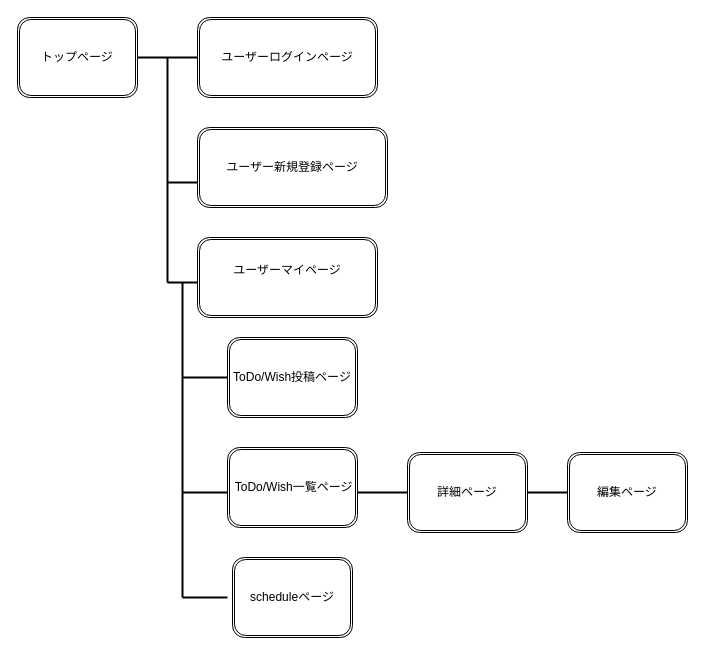
aasamelon/todo-note keeps this draw.io diagram as to-do.dio. Above is the earlier version. Source tidied: cells renumbered, new cells numbered last; positions are measured from the earlier drawing's top-left corner, leaving out a move shared by most shapes. Both pictures are drawn from the tidied source at 100%, with x=0, y=0 at pixel (17, 17).
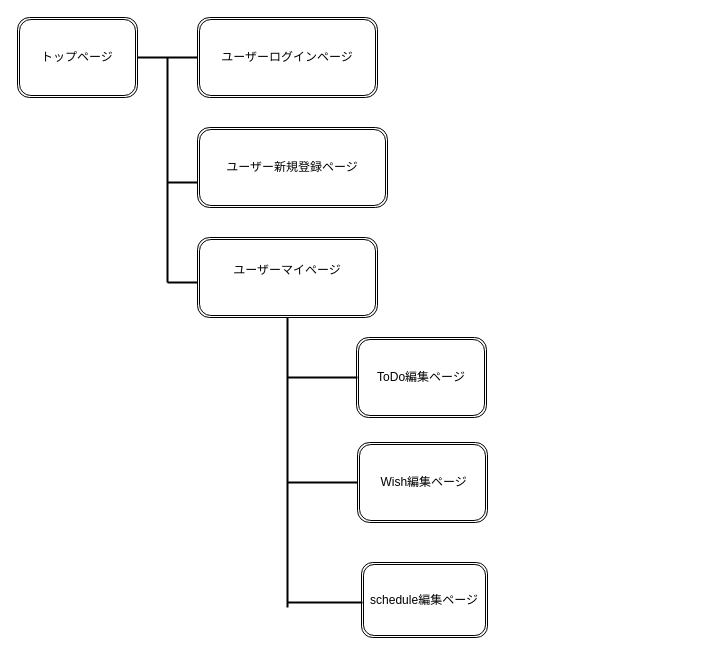
After the change.

What changed in the source:
```diff
@@
-    <mxCell id="6" value="ToDo/Wish投稿ページ" style="shape=ext;double=1;rounded=1;whiteSpace=wrap;html=1;" parent="1" vertex="1">
-      <mxGeometry x="210" y="320" width="130" height="80" as="geometry" />
+    <mxCell id="6" value="ToDo編集ページ" style="shape=ext;double=1;rounded=1;whiteSpace=wrap;html=1;" parent="1" vertex="1">
+      <mxGeometry x="339" y="320" width="130" height="80" as="geometry" />
     </mxCell>
-    <mxCell id="7" value="&amp;nbsp;ToDo/Wish一覧ページ" style="shape=ext;double=1;rounded=1;whiteSpace=wrap;html=1;" parent="1" vertex="1">
-      <mxGeometry x="210" y="430" width="130" height="80" as="geometry" />
+    <mxCell id="7" value="&amp;nbsp;Wish編集ページ" style="shape=ext;double=1;rounded=1;whiteSpace=wrap;html=1;" parent="1" vertex="1">
+      <mxGeometry x="340" y="425" width="130" height="80" as="geometry" />
     </mxCell>
-    <mxCell id="8" value="詳細ページ" style="shape=ext;double=1;rounded=1;whiteSpace=wrap;html=1;" parent="1" vertex="1">
-      <mxGeometry x="390" y="435" width="120" height="80" as="geometry" />
-    </mxCell>
-    <mxCell id="9" value="&lt;div&gt;&lt;font color=&quot;#000000&quot;&gt;編集ページ&lt;/font&gt;&lt;/div&gt;" style="shape=ext;double=1;rounded=1;whiteSpace=wrap;html=1;" parent="1" vertex="1">
-      <mxGeometry x="550" y="435" width="120" height="80" as="geometry" />
-    </mxCell>
-    <mxCell id="10" value="scheduleページ" style="shape=ext;double=1;rounded=1;whiteSpace=wrap;html=1;" parent="1" vertex="1">
-      <mxGeometry x="215" y="540" width="120" height="80" as="geometry" />
+    <mxCell id="10" value="schedule編集ページ" style="shape=ext;double=1;rounded=1;whiteSpace=wrap;html=1;" parent="1" vertex="1">
+      <mxGeometry x="344" y="545" width="126" height="75" as="geometry" />
     </mxCell>
@@
-    <mxCell id="15" style="line;strokeWidth=2;direction=south;html=1;" parent="1" vertex="1">
-      <mxGeometry x="160" y="265" width="10" height="315" as="geometry" />
-    </mxCell>
     <mxCell id="16" style="line;strokeWidth=2;html=1;" parent="1" vertex="1">
-      <mxGeometry x="165" y="347.5" width="45" height="25" as="geometry" />
+      <mxGeometry x="270" y="347.5" width="70" height="25" as="geometry" />
     </mxCell>
     <mxCell id="17" style="line;strokeWidth=2;html=1;" parent="1" vertex="1">
-      <mxGeometry x="165" y="470" width="45" height="10" as="geometry" />
+      <mxGeometry x="270" y="460" width="70" height="10" as="geometry" />
     </mxCell>
@@
     <mxCell id="19" style="line;strokeWidth=2;html=1;" parent="1" vertex="1">
-      <mxGeometry x="165" y="575" width="45" height="10" as="geometry" />
+      <mxGeometry x="270" y="580" width="75" height="10" as="geometry" />
     </mxCell>
-    <mxCell id="20" style="line;strokeWidth=2;html=1;" parent="1" vertex="1">
-      <mxGeometry x="340" y="470" width="50" height="10" as="geometry" />
-    </mxCell>
-    <mxCell id="21" style="line;strokeWidth=2;html=1;" parent="1" vertex="1">
-      <mxGeometry x="510" y="470" width="40" height="10" as="geometry" />
-    </mxCell>
+    <mxCell id="22" style="line;strokeWidth=2;direction=south;html=1;" parent="1" vertex="1">
+      <mxGeometry x="265" y="300" width="10" height="290" as="geometry" />
+    </mxCell>
```
